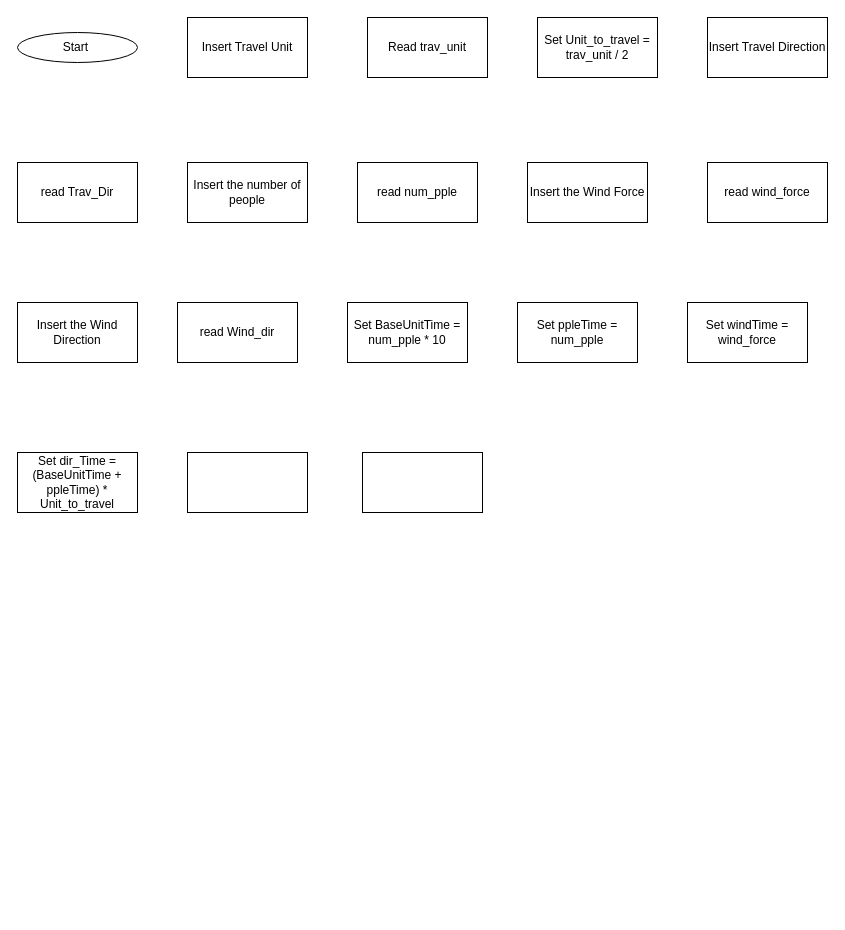
Earlier version of the draw.io diagram flowchart_log3_9.drawio (LwinMateo/mlcode). Source tidied: cells renumbered, new cells numbered last; positions are measured from the earlier drawing's top-left corner, leaving out a move shared by most shapes. Both pictures are drawn from the tidied source at 100%, with x=0, y=0 at pixel (17, 17).
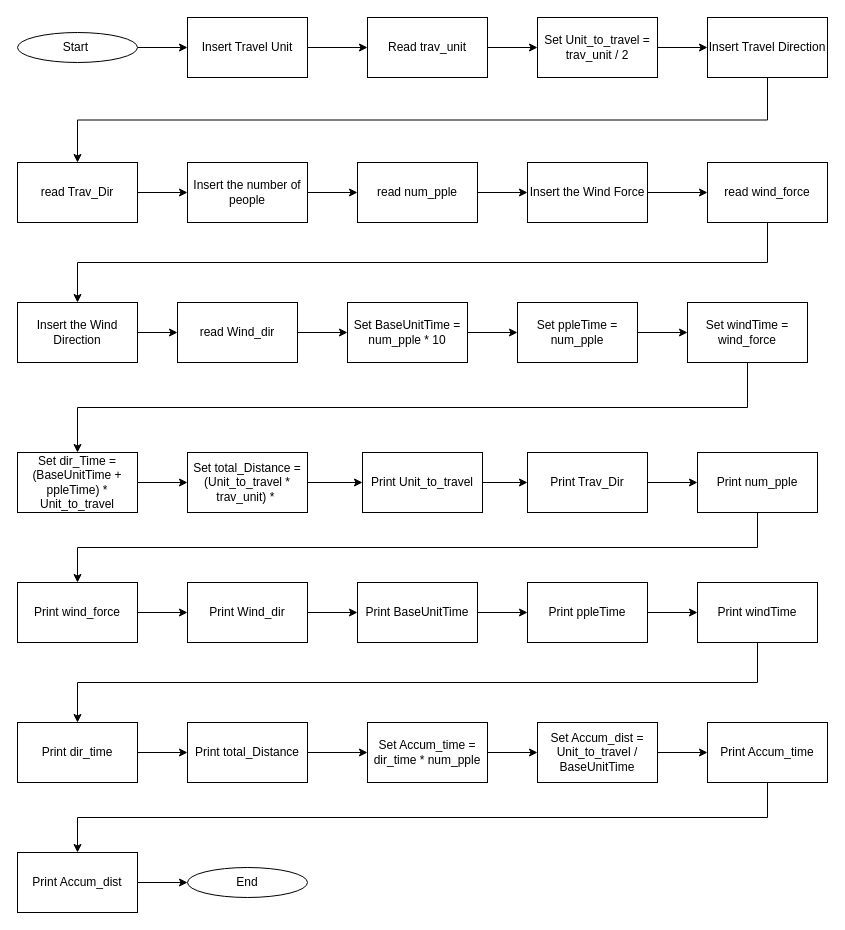
After the change.

Unchanged cells that the change refers to:
```xml
<mxCell id="2" value="Start&amp;nbsp;" style="ellipse;whiteSpace=wrap;html=1;" parent="1" vertex="1">
  <mxGeometry y="15" width="120" height="30" as="geometry" />
</mxCell>
<mxCell id="3" value="Insert Travel Unit" style="rounded=0;whiteSpace=wrap;html=1;" parent="1" vertex="1">
  <mxGeometry x="170" width="120" height="60" as="geometry" />
</mxCell>
<mxCell id="4" value="Read trav_unit" style="rounded=0;whiteSpace=wrap;html=1;" parent="1" vertex="1">
  <mxGeometry x="350" width="120" height="60" as="geometry" />
</mxCell>
<mxCell id="5" value="Insert Travel Direction" style="rounded=0;whiteSpace=wrap;html=1;" parent="1" vertex="1">
  <mxGeometry x="690" width="120" height="60" as="geometry" />
</mxCell>
<mxCell id="6" value="read Trav_Dir" style="rounded=0;whiteSpace=wrap;html=1;" parent="1" vertex="1">
  <mxGeometry y="145" width="120" height="60" as="geometry" />
</mxCell>
<mxCell id="7" value="Insert the number of people" style="rounded=0;whiteSpace=wrap;html=1;" parent="1" vertex="1">
  <mxGeometry x="170" y="145" width="120" height="60" as="geometry" />
</mxCell>
<mxCell id="8" value="read num_pple" style="rounded=0;whiteSpace=wrap;html=1;" parent="1" vertex="1">
  <mxGeometry x="340" y="145" width="120" height="60" as="geometry" />
</mxCell>
<mxCell id="9" value="Insert the Wind Force" style="rounded=0;whiteSpace=wrap;html=1;" parent="1" vertex="1">
  <mxGeometry x="510" y="145" width="120" height="60" as="geometry" />
</mxCell>
<mxCell id="10" value="read wind_force" style="rounded=0;whiteSpace=wrap;html=1;" parent="1" vertex="1">
  <mxGeometry x="690" y="145" width="120" height="60" as="geometry" />
</mxCell>
<mxCell id="11" value="Insert the Wind Direction" style="rounded=0;whiteSpace=wrap;html=1;" parent="1" vertex="1">
  <mxGeometry y="285" width="120" height="60" as="geometry" />
</mxCell>
<mxCell id="12" value="read Wind_dir" style="rounded=0;whiteSpace=wrap;html=1;" parent="1" vertex="1">
  <mxGeometry x="160" y="285" width="120" height="60" as="geometry" />
</mxCell>
<mxCell id="13" value="Set Unit_to_travel = trav_unit / 2" style="rounded=0;whiteSpace=wrap;html=1;" parent="1" vertex="1">
  <mxGeometry x="520" width="120" height="60" as="geometry" />
</mxCell>
<mxCell id="14" value="Set BaseUnitTime = num_pple * 10" style="rounded=0;whiteSpace=wrap;html=1;" parent="1" vertex="1">
  <mxGeometry x="330" y="285" width="120" height="60" as="geometry" />
</mxCell>
<mxCell id="15" value="Set ppleTime = num_pple" style="rounded=0;whiteSpace=wrap;html=1;" parent="1" vertex="1">
  <mxGeometry x="500" y="285" width="120" height="60" as="geometry" />
</mxCell>
<mxCell id="16" value="Set windTime = wind_force" style="rounded=0;whiteSpace=wrap;html=1;" parent="1" vertex="1">
  <mxGeometry x="670" y="285" width="120" height="60" as="geometry" />
</mxCell>
<mxCell id="17" value="Set dir_Time = (BaseUnitTime + ppleTime) * Unit_to_travel" style="rounded=0;whiteSpace=wrap;html=1;" parent="1" vertex="1">
  <mxGeometry y="435" width="120" height="60" as="geometry" />
</mxCell>
```

The edit, as a diff of the source:
```diff
@@
+    <mxCell id="20" style="edgeStyle=orthogonalEdgeStyle;rounded=0;jettySize=auto;html=1;exitX=1;exitY=0.5;exitDx=0;exitDy=0;entryX=0;entryY=0.5;entryDx=0;entryDy=0;" parent="1" edge="1" source="2" target="3">
+      <mxGeometry relative="1" as="geometry" />
+    </mxCell>
@@
+    <mxCell id="21" style="edgeStyle=orthogonalEdgeStyle;rounded=0;jettySize=auto;html=1;exitX=1;exitY=0.5;exitDx=0;exitDy=0;entryX=0;entryY=0.5;entryDx=0;entryDy=0;" parent="1" edge="1" source="3" target="4">
+      <mxGeometry relative="1" as="geometry" />
+    </mxCell>
@@
+    <mxCell id="22" style="edgeStyle=orthogonalEdgeStyle;rounded=0;jettySize=auto;html=1;exitX=1;exitY=0.5;exitDx=0;exitDy=0;entryX=0;entryY=0.5;entryDx=0;entryDy=0;" parent="1" edge="1" source="4" target="13">
+      <mxGeometry relative="1" as="geometry" />
+    </mxCell>
@@
+    <mxCell id="23" style="edgeStyle=orthogonalEdgeStyle;rounded=0;jettySize=auto;html=1;exitX=0.5;exitY=1;exitDx=0;exitDy=0;entryX=0.5;entryY=0;entryDx=0;entryDy=0;" parent="1" edge="1" source="5" target="6">
+      <mxGeometry relative="1" as="geometry" />
+    </mxCell>
@@
+    <mxCell id="24" style="edgeStyle=orthogonalEdgeStyle;rounded=0;jettySize=auto;html=1;exitX=1;exitY=0.5;exitDx=0;exitDy=0;entryX=0;entryY=0.5;entryDx=0;entryDy=0;" parent="1" edge="1" source="6" target="7">
+      <mxGeometry relative="1" as="geometry" />
+    </mxCell>
@@
+    <mxCell id="25" style="edgeStyle=orthogonalEdgeStyle;rounded=0;jettySize=auto;html=1;exitX=1;exitY=0.5;exitDx=0;exitDy=0;entryX=0;entryY=0.5;entryDx=0;entryDy=0;" parent="1" edge="1" source="7" target="8">
+      <mxGeometry relative="1" as="geometry" />
+    </mxCell>
@@
+    <mxCell id="26" style="edgeStyle=orthogonalEdgeStyle;rounded=0;jettySize=auto;html=1;exitX=1;exitY=0.5;exitDx=0;exitDy=0;entryX=0;entryY=0.5;entryDx=0;entryDy=0;" parent="1" edge="1" source="8" target="9">
+      <mxGeometry relative="1" as="geometry" />
+    </mxCell>
@@
+    <mxCell id="27" style="edgeStyle=orthogonalEdgeStyle;rounded=0;jettySize=auto;html=1;exitX=1;exitY=0.5;exitDx=0;exitDy=0;entryX=0;entryY=0.5;entryDx=0;entryDy=0;" parent="1" edge="1" source="9" target="10">
+      <mxGeometry relative="1" as="geometry" />
+    </mxCell>
@@
+    <mxCell id="28" style="edgeStyle=orthogonalEdgeStyle;rounded=0;jettySize=auto;html=1;exitX=0.5;exitY=1;exitDx=0;exitDy=0;entryX=0.5;entryY=0;entryDx=0;entryDy=0;" parent="1" edge="1" source="10" target="11">
+      <mxGeometry relative="1" as="geometry" />
+    </mxCell>
@@
+    <mxCell id="29" style="edgeStyle=orthogonalEdgeStyle;rounded=0;jettySize=auto;html=1;exitX=1;exitY=0.5;exitDx=0;exitDy=0;entryX=0;entryY=0.5;entryDx=0;entryDy=0;" parent="1" edge="1" source="11" target="12">
+      <mxGeometry relative="1" as="geometry" />
+    </mxCell>
@@
+    <mxCell id="30" style="edgeStyle=orthogonalEdgeStyle;rounded=0;jettySize=auto;html=1;exitX=1;exitY=0.5;exitDx=0;exitDy=0;entryX=0;entryY=0.5;entryDx=0;entryDy=0;" parent="1" edge="1" source="12" target="14">
+      <mxGeometry relative="1" as="geometry" />
+    </mxCell>
@@
+    <mxCell id="31" style="edgeStyle=orthogonalEdgeStyle;rounded=0;jettySize=auto;html=1;exitX=1;exitY=0.5;exitDx=0;exitDy=0;entryX=0;entryY=0.5;entryDx=0;entryDy=0;" parent="1" edge="1" source="13" target="5">
+      <mxGeometry relative="1" as="geometry" />
+    </mxCell>
@@
+    <mxCell id="32" style="edgeStyle=orthogonalEdgeStyle;rounded=0;jettySize=auto;html=1;exitX=1;exitY=0.5;exitDx=0;exitDy=0;entryX=0;entryY=0.5;entryDx=0;entryDy=0;" parent="1" edge="1" source="14" target="15">
+      <mxGeometry relative="1" as="geometry" />
+    </mxCell>
@@
+    <mxCell id="33" style="edgeStyle=orthogonalEdgeStyle;rounded=0;jettySize=auto;html=1;exitX=1;exitY=0.5;exitDx=0;exitDy=0;entryX=0;entryY=0.5;entryDx=0;entryDy=0;" parent="1" edge="1" source="15" target="16">
+      <mxGeometry relative="1" as="geometry" />
+    </mxCell>
@@
+    <mxCell id="34" style="edgeStyle=orthogonalEdgeStyle;rounded=0;jettySize=auto;html=1;exitX=0.5;exitY=1;exitDx=0;exitDy=0;entryX=0.5;entryY=0;entryDx=0;entryDy=0;" parent="1" edge="1" source="16" target="17">
+      <mxGeometry relative="1" as="geometry" />
+    </mxCell>
@@
+    <mxCell id="35" style="edgeStyle=orthogonalEdgeStyle;rounded=0;jettySize=auto;html=1;exitX=1;exitY=0.5;exitDx=0;exitDy=0;entryX=0;entryY=0.5;entryDx=0;entryDy=0;" parent="1" edge="1" source="17" target="18">
+      <mxGeometry relative="1" as="geometry" />
+    </mxCell>
@@
+    <mxCell id="36" style="edgeStyle=orthogonalEdgeStyle;rounded=0;jettySize=auto;html=1;exitX=1;exitY=0.5;exitDx=0;exitDy=0;entryX=0;entryY=0.5;entryDx=0;entryDy=0;" parent="1" edge="1" source="18" target="19">
+      <mxGeometry relative="1" as="geometry" />
+    </mxCell>
-    <mxCell id="18" style="rounded=0;whiteSpace=wrap;html=1;" parent="1" vertex="1">
+    <mxCell id="18" value="Set total_Distance = (Unit_to_travel * trav_unit) *&amp;nbsp;" style="rounded=0;whiteSpace=wrap;html=1;" parent="1" vertex="1">
       <mxGeometry x="170" y="435" width="120" height="60" as="geometry" />
     </mxCell>
+    <mxCell id="37" style="edgeStyle=orthogonalEdgeStyle;rounded=0;jettySize=auto;html=1;exitX=1;exitY=0.5;exitDx=0;exitDy=0;entryX=0;entryY=0.5;entryDx=0;entryDy=0;" parent="1" edge="1" source="19" target="39">
+      <mxGeometry relative="1" as="geometry" />
+    </mxCell>
-    <mxCell id="19" style="rounded=0;whiteSpace=wrap;html=1;" parent="1" vertex="1">
+    <mxCell id="19" value="Print Unit_to_travel" style="rounded=0;whiteSpace=wrap;html=1;" parent="1" vertex="1">
       <mxGeometry x="345" y="435" width="120" height="60" as="geometry" />
     </mxCell>
+    <mxCell id="38" style="edgeStyle=orthogonalEdgeStyle;rounded=0;jettySize=auto;html=1;exitX=1;exitY=0.5;exitDx=0;exitDy=0;entryX=0;entryY=0.5;entryDx=0;entryDy=0;" parent="1" edge="1" source="39" target="41">
+      <mxGeometry relative="1" as="geometry" />
+    </mxCell>
+    <mxCell id="39" value="Print Trav_Dir" style="rounded=0;whiteSpace=wrap;html=1;" parent="1" vertex="1">
+      <mxGeometry x="510" y="435" width="120" height="60" as="geometry" />
+    </mxCell>
+    <mxCell id="40" style="edgeStyle=orthogonalEdgeStyle;rounded=0;jettySize=auto;html=1;exitX=0.5;exitY=1;exitDx=0;exitDy=0;" parent="1" edge="1" source="41" target="43">
+      <mxGeometry relative="1" as="geometry" />
+    </mxCell>
+    <mxCell id="41" value="Print num_pple" style="rounded=0;whiteSpace=wrap;html=1;" parent="1" vertex="1">
+      <mxGeometry x="680" y="435" width="120" height="60" as="geometry" />
+    </mxCell>
+    <mxCell id="42" style="edgeStyle=orthogonalEdgeStyle;rounded=0;jettySize=auto;html=1;exitX=1;exitY=0.5;exitDx=0;exitDy=0;" parent="1" edge="1" source="43" target="45">
+      <mxGeometry relative="1" as="geometry" />
+    </mxCell>
+    <mxCell id="43" value="Print wind_force" style="rounded=0;whiteSpace=wrap;html=1;" parent="1" vertex="1">
+      <mxGeometry y="565" width="120" height="60" as="geometry" />
+    </mxCell>
+    <mxCell id="44" style="edgeStyle=orthogonalEdgeStyle;rounded=0;jettySize=auto;html=1;exitX=1;exitY=0.5;exitDx=0;exitDy=0;entryX=0;entryY=0.5;entryDx=0;entryDy=0;" parent="1" edge="1" source="45" target="59">
+      <mxGeometry relative="1" as="geometry" />
+    </mxCell>
+    <mxCell id="45" value="Print Wind_dir" style="rounded=0;whiteSpace=wrap;html=1;" parent="1" vertex="1">
+      <mxGeometry x="170" y="565" width="120" height="60" as="geometry" />
+    </mxCell>
+    <mxCell id="46" style="edgeStyle=orthogonalEdgeStyle;rounded=0;jettySize=auto;html=1;exitX=1;exitY=0.5;exitDx=0;exitDy=0;entryX=0;entryY=0.5;entryDx=0;entryDy=0;" parent="1" edge="1" source="47" target="49">
+      <mxGeometry relative="1" as="geometry" />
+    </mxCell>
+    <mxCell id="47" value="Print ppleTime" style="rounded=0;whiteSpace=wrap;html=1;" parent="1" vertex="1">
+      <mxGeometry x="510" y="565" width="120" height="60" as="geometry" />
+    </mxCell>
+    <mxCell id="48" style="edgeStyle=orthogonalEdgeStyle;rounded=0;jettySize=auto;html=1;exitX=0.5;exitY=1;exitDx=0;exitDy=0;" parent="1" edge="1" source="49" target="51">
+      <mxGeometry relative="1" as="geometry" />
+    </mxCell>
+    <mxCell id="49" value="Print windTime" style="rounded=0;whiteSpace=wrap;html=1;" parent="1" vertex="1">
+      <mxGeometry x="680" y="565" width="120" height="60" as="geometry" />
+    </mxCell>
+    <mxCell id="50" style="edgeStyle=orthogonalEdgeStyle;rounded=0;jettySize=auto;html=1;exitX=1;exitY=0.5;exitDx=0;exitDy=0;entryX=0;entryY=0.5;entryDx=0;entryDy=0;" parent="1" edge="1" source="51" target="53">
+      <mxGeometry relative="1" as="geometry" />
+    </mxCell>
+    <mxCell id="51" value="Print dir_time" style="rounded=0;whiteSpace=wrap;html=1;" parent="1" vertex="1">
+      <mxGeometry y="705" width="120" height="60" as="geometry" />
+    </mxCell>
+    <mxCell id="52" style="edgeStyle=orthogonalEdgeStyle;rounded=0;jettySize=auto;html=1;exitX=1;exitY=0.5;exitDx=0;exitDy=0;entryX=0;entryY=0.5;entryDx=0;entryDy=0;" parent="1" edge="1" source="53" target="55">
+      <mxGeometry relative="1" as="geometry" />
+    </mxCell>
+    <mxCell id="53" value="Print total_Distance" style="rounded=0;whiteSpace=wrap;html=1;" parent="1" vertex="1">
+      <mxGeometry x="170" y="705" width="120" height="60" as="geometry" />
+    </mxCell>
+    <mxCell id="54" style="edgeStyle=orthogonalEdgeStyle;rounded=0;jettySize=auto;html=1;exitX=1;exitY=0.5;exitDx=0;exitDy=0;entryX=0;entryY=0.5;entryDx=0;entryDy=0;" parent="1" edge="1" source="55" target="57">
+      <mxGeometry relative="1" as="geometry" />
+    </mxCell>
+    <mxCell id="55" value="Set Accum_time = dir_time * num_pple" style="rounded=0;whiteSpace=wrap;html=1;" parent="1" vertex="1">
+      <mxGeometry x="350" y="705" width="120" height="60" as="geometry" />
+    </mxCell>
+    <mxCell id="56" style="edgeStyle=orthogonalEdgeStyle;rounded=0;jettySize=auto;html=1;exitX=1;exitY=0.5;exitDx=0;exitDy=0;entryX=0;entryY=0.5;entryDx=0;entryDy=0;" parent="1" edge="1" source="57" target="61">
+      <mxGeometry relative="1" as="geometry" />
+    </mxCell>
+    <mxCell id="57" value="Set Accum_dist = Unit_to_travel / BaseUnitTime" style="rounded=0;whiteSpace=wrap;html=1;" parent="1" vertex="1">
+      <mxGeometry x="520" y="705" width="120" height="60" as="geometry" />
+    </mxCell>
+    <mxCell id="58" style="edgeStyle=orthogonalEdgeStyle;rounded=0;jettySize=auto;html=1;exitX=1;exitY=0.5;exitDx=0;exitDy=0;entryX=0;entryY=0.5;entryDx=0;entryDy=0;" parent="1" edge="1" source="59" target="47">
+      <mxGeometry relative="1" as="geometry" />
+    </mxCell>
+    <mxCell id="59" value="Print BaseUnitTime" style="rounded=0;whiteSpace=wrap;html=1;" parent="1" vertex="1">
+      <mxGeometry x="340" y="565" width="120" height="60" as="geometry" />
+    </mxCell>
+    <mxCell id="60" style="edgeStyle=orthogonalEdgeStyle;rounded=0;jettySize=auto;html=1;exitX=0.5;exitY=1;exitDx=0;exitDy=0;entryX=0.5;entryY=0;entryDx=0;entryDy=0;" parent="1" edge="1" source="61" target="63">
+      <mxGeometry relative="1" as="geometry" />
+    </mxCell>
+    <mxCell id="61" value="Print Accum_time" style="rounded=0;whiteSpace=wrap;html=1;" parent="1" vertex="1">
+      <mxGeometry x="690" y="705" width="120" height="60" as="geometry" />
+    </mxCell>
+    <mxCell id="62" style="edgeStyle=orthogonalEdgeStyle;rounded=0;jettySize=auto;html=1;exitX=1;exitY=0.5;exitDx=0;exitDy=0;entryX=0;entryY=0.5;entryDx=0;entryDy=0;" parent="1" edge="1" source="63" target="64">
+      <mxGeometry relative="1" as="geometry" />
+    </mxCell>
+    <mxCell id="63" value="Print Accum_dist" style="rounded=0;whiteSpace=wrap;html=1;" parent="1" vertex="1">
+      <mxGeometry y="835" width="120" height="60" as="geometry" />
+    </mxCell>
+    <mxCell id="64" value="End" style="ellipse;whiteSpace=wrap;html=1;" parent="1" vertex="1">
+      <mxGeometry x="170" y="850" width="120" height="30" as="geometry" />
+    </mxCell>
```
